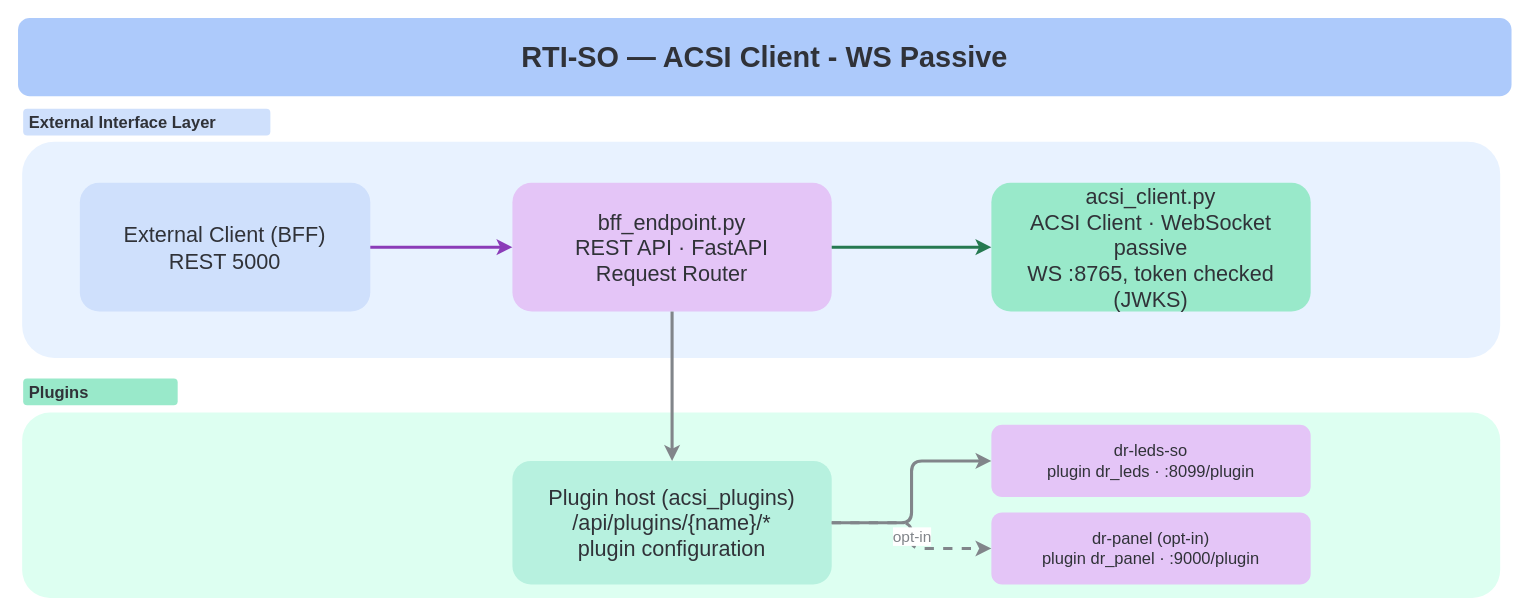
Above: page "04 RTI-SO ACSI Passive" (5 of 7) of docs/rti-demo/design/RTI-demo-system-architecture.drawio in Netbeheer-Nederland/iec61850-websocket (draw.io), before the change. Source tidied: cells renumbered, new cells numbered last; positions are measured from the earlier drawing's top-left corner, leaving out a move shared by most shapes. Both pictures are drawn from the tidied source at 103%, with x=0, y=0 at pixel (18, 18).
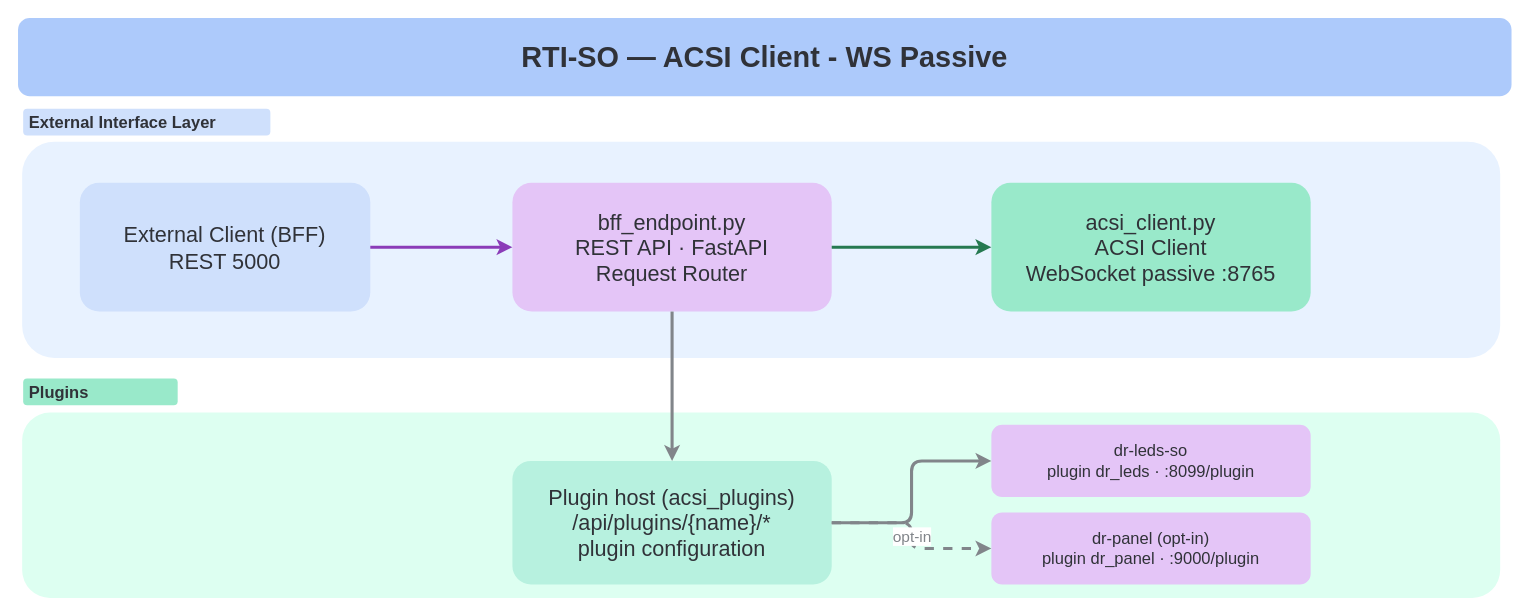
The same diagram, later.

Change to the diagram source:
```diff
@@
 <mxGraphModel>
   <root>
     <mxCell id="0" />
     <mxCell id="1" parent="0" />
     <mxCell id="2" value="RTI-SO — ACSI Client - WS Passive" style="rounded=1;whiteSpace=wrap;html=1;fillColor=#adcafb;strokeColor=none;fontColor=#303238;fontSize=28;fontStyle=1;align=center;verticalAlign=middle;spacing=6;opacity=100;" parent="1" vertex="1">
       <mxGeometry width="1450" height="76" as="geometry" />
     </mxCell>
     <mxCell id="3" value="External Interface Layer" style="rounded=1;whiteSpace=wrap;html=1;fillColor=#cfe0fc;strokeColor=none;fontColor=#303238;fontSize=16;fontStyle=1;align=left;verticalAlign=middle;spacing=6;opacity=100;" parent="1" vertex="1">
       <mxGeometry x="5" y="88" width="240" height="26" as="geometry" />
     </mxCell>
     <mxCell id="4" style="rounded=1;whiteSpace=wrap;html=1;fillColor=#e8f2ff;strokeColor=none;fontColor=#303238;fontSize=18;fontStyle=0;align=center;verticalAlign=middle;spacing=6;opacity=100;" parent="1" vertex="1">
       <mxGeometry x="4" y="120" width="1435" height="210" as="geometry" />
     </mxCell>
     <mxCell id="5" value="Plugins" style="rounded=1;whiteSpace=wrap;html=1;fillColor=#99e9ca;strokeColor=none;fontColor=#303238;fontSize=16;fontStyle=1;align=left;verticalAlign=middle;spacing=6;opacity=100;" parent="1" vertex="1">
       <mxGeometry x="5" y="350" width="150" height="26" as="geometry" />
     </mxCell>
     <mxCell id="6" style="rounded=1;whiteSpace=wrap;html=1;fillColor=#ddfff1;strokeColor=none;fontColor=#303238;fontSize=18;fontStyle=0;align=center;verticalAlign=middle;spacing=6;opacity=100;" parent="1" vertex="1">
       <mxGeometry x="4" y="383" width="1435" height="180" as="geometry" />
     </mxCell>
     <mxCell id="7" value="External Client (BFF)&lt;br&gt;REST 5000" style="rounded=1;whiteSpace=wrap;html=1;fillColor=#cfe0fc;strokeColor=none;fontColor=#303238;fontSize=21;fontStyle=0;align=center;verticalAlign=middle;spacing=6;opacity=100;" parent="1" vertex="1">
       <mxGeometry x="60" y="160" width="282" height="125" as="geometry" />
     </mxCell>
     <mxCell id="8" value="bff_endpoint.py&lt;br&gt;REST API · FastAPI&lt;br&gt;Request Router" style="rounded=1;whiteSpace=wrap;html=1;fillColor=#e4c5f7;strokeColor=none;fontColor=#303238;fontSize=21;fontStyle=0;align=center;verticalAlign=middle;spacing=6;opacity=100;" parent="1" vertex="1">
       <mxGeometry x="480" y="160" width="310" height="125" as="geometry" />
     </mxCell>
-    <mxCell id="9" value="acsi_client.py&lt;br&gt;ACSI Client · WebSocket passive&lt;br&gt;WS :8765, token checked (JWKS)" style="rounded=1;whiteSpace=wrap;html=1;fillColor=#99e9ca;strokeColor=none;fontColor=#303238;fontSize=21;fontStyle=0;align=center;verticalAlign=middle;spacing=6;opacity=100;" parent="1" vertex="1">
+    <mxCell id="9" value="acsi_client.py&lt;br&gt;ACSI Client&lt;br&gt;WebSocket passive :8765" style="rounded=1;whiteSpace=wrap;html=1;fillColor=#99e9ca;strokeColor=none;fontColor=#303238;fontSize=21;fontStyle=0;align=center;verticalAlign=middle;spacing=6;opacity=100;" parent="1" vertex="1">
       <mxGeometry x="945" y="160" width="310" height="125" as="geometry" />
     </mxCell>
     <mxCell id="10" value="Plugin host (acsi_plugins)&lt;br&gt;/api/plugins/{name}/*&lt;br&gt;plugin configuration" style="rounded=1;whiteSpace=wrap;html=1;fillColor=#b7f1df;strokeColor=none;fontColor=#303238;fontSize=21;fontStyle=0;align=center;verticalAlign=middle;spacing=6;opacity=100;" parent="1" vertex="1">
       <mxGeometry x="480" y="430" width="310" height="120" as="geometry" />
     </mxCell>
     <mxCell id="11" style="edgeStyle=orthogonalEdgeStyle;rounded=1;jettySize=auto;html=1;strokeWidth=3;strokeColor=#8b3cb8;endArrow=classic;endFill=1;fontSize=15;fontColor=#8b3cb8;labelBackgroundColor=#ffffff;dashed=0;" parent="1" edge="1" source="7" target="8">
       <mxGeometry relative="1" as="geometry" />
     </mxCell>
     <mxCell id="12" style="edgeStyle=orthogonalEdgeStyle;rounded=1;jettySize=auto;html=1;strokeWidth=3;strokeColor=#267951;endArrow=classic;endFill=1;fontSize=15;fontColor=#267951;labelBackgroundColor=#ffffff;dashed=0;" parent="1" edge="1" source="8" target="9">
       <mxGeometry relative="1" as="geometry" />
     </mxCell>
     <mxCell id="13" style="edgeStyle=orthogonalEdgeStyle;rounded=1;jettySize=auto;html=1;strokeWidth=3;strokeColor=#81858a;endArrow=classic;endFill=1;fontSize=15;fontColor=#81858a;labelBackgroundColor=#ffffff;dashed=0;" parent="1" edge="1" source="8" target="10">
       <mxGeometry relative="1" as="geometry" />
     </mxCell>
     <mxCell id="14" value="dr-leds-so&lt;br&gt;plugin dr_leds · :8099/plugin" style="rounded=1;whiteSpace=wrap;html=1;fillColor=#e4c5f7;strokeColor=none;fontColor=#303238;fontSize=16;fontStyle=0;align=center;verticalAlign=middle;spacing=6;opacity=100;" parent="1" vertex="1">
       <mxGeometry x="945" y="395" width="310" height="70" as="geometry" />
     </mxCell>
     <mxCell id="15" value="dr-panel (opt-in)&lt;br&gt;plugin dr_panel · :9000/plugin" style="rounded=1;whiteSpace=wrap;html=1;fillColor=#e4c5f7;strokeColor=none;fontColor=#303238;fontSize=16;fontStyle=0;align=center;verticalAlign=middle;spacing=6;opacity=100;" parent="1" vertex="1">
       <mxGeometry x="945" y="480" width="310" height="70" as="geometry" />
     </mxCell>
     <mxCell id="16" style="edgeStyle=orthogonalEdgeStyle;rounded=1;jettySize=auto;html=1;strokeWidth=3;strokeColor=#81858a;endArrow=classic;endFill=1;fontSize=15;fontColor=#81858a;labelBackgroundColor=#ffffff;dashed=0;" parent="1" edge="1" source="10" target="14">
       <mxGeometry relative="1" as="geometry" />
     </mxCell>
     <mxCell id="17" value="opt-in" style="edgeStyle=orthogonalEdgeStyle;rounded=1;jettySize=auto;html=1;strokeWidth=3;strokeColor=#81858a;endArrow=classic;endFill=1;fontSize=15;fontColor=#81858a;labelBackgroundColor=#ffffff;dashed=1;" parent="1" edge="1" source="10" target="15">
       <mxGeometry relative="1" as="geometry" />
     </mxCell>
   </root>
 </mxGraphModel>
```
